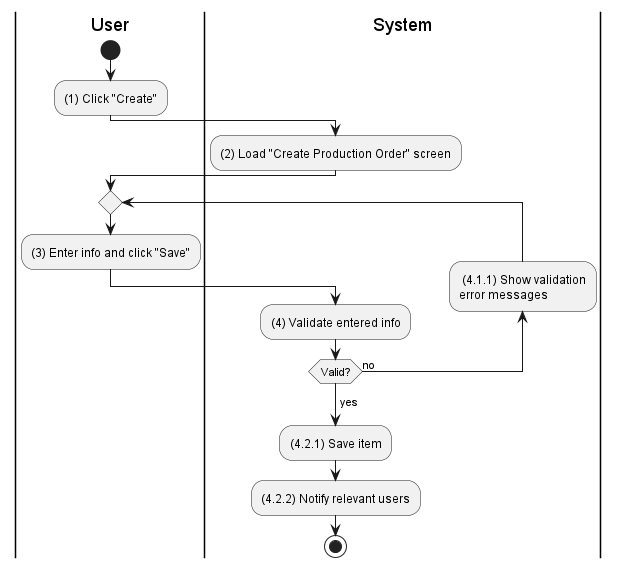
Before: activities/production-order-create.png, a diagram exported from PlantUML (phihungha/scmss-reqs).
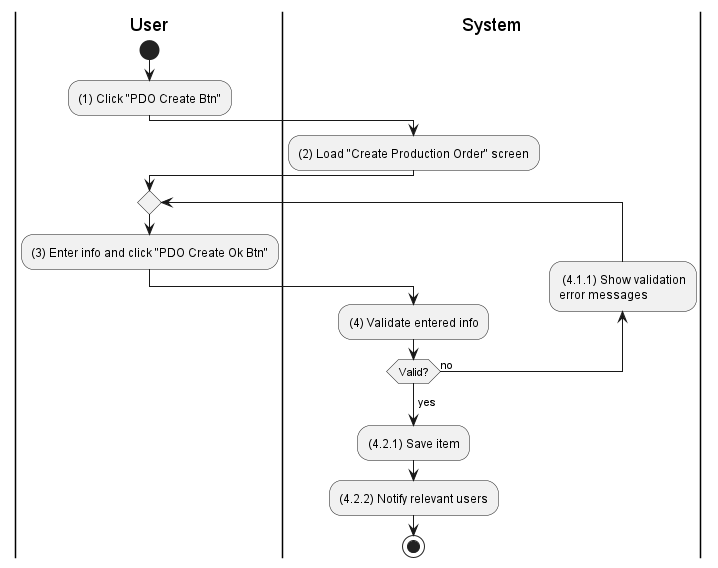
After the change.

What changed in the source:
```diff
@@ -4,14 +4,14 @@
 
 |u|
 start
-:(1) Click "Create";
+:(1) Click "PDO Create Btn";
 
 |s|
 :(2) Load "Create Production Order" screen;
 
 |u|
 repeat
-    :(3) Enter info and click "Save";
+    :(3) Enter info and click "PDO Create Ok Btn";
     |s|
     :(4) Validate entered info;
     backward: (4.1.1) Show validation\nerror messages;
```
